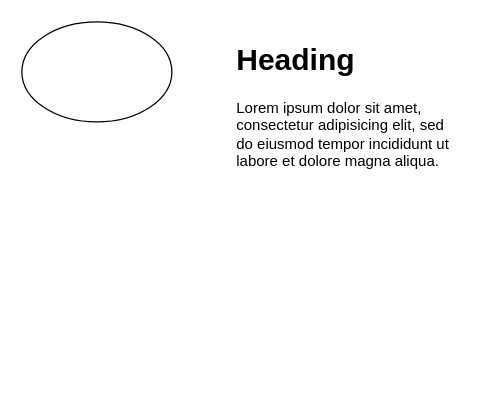
This is 未命名绘图.drawio from udpei/60s, a draw.io file, before an edit. Source tidied: cells renumbered, new cells numbered last; positions are measured from the earlier drawing's top-left corner, leaving out a move shared by most shapes. Both pictures are drawn from the tidied source at 125%, with x=0, y=0 at pixel (21, 21).
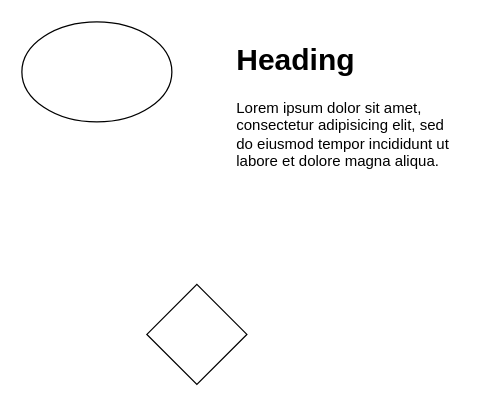
The same diagram, later.

Commit message:
更新未命名绘图.drawio

Change to the diagram source:
```diff
@@
 <mxGraphModel>
   <root>
     <mxCell id="0" />
     <mxCell id="1" parent="0" />
     <mxCell id="2" style="ellipse;whiteSpace=wrap;html=1;" parent="1" vertex="1">
       <mxGeometry width="120" height="80" as="geometry" />
     </mxCell>
     <mxCell id="3" value="&lt;h1 style=&quot;margin-top: 0px;&quot;&gt;Heading&lt;/h1&gt;&lt;p&gt;Lorem ipsum dolor sit amet, consectetur adipisicing elit, sed do eiusmod tempor incididunt ut labore et dolore magna aliqua.&lt;/p&gt;" style="text;html=1;whiteSpace=wrap;overflow=hidden;rounded=0;" parent="1" vertex="1">
       <mxGeometry x="170" y="10" width="180" height="120" as="geometry" />
     </mxCell>
+    <mxCell id="4" style="rhombus;whiteSpace=wrap;html=1;" parent="1" vertex="1">
+      <mxGeometry x="100" y="210" width="80" height="80" as="geometry" />
+    </mxCell>
   </root>
 </mxGraphModel>
```
